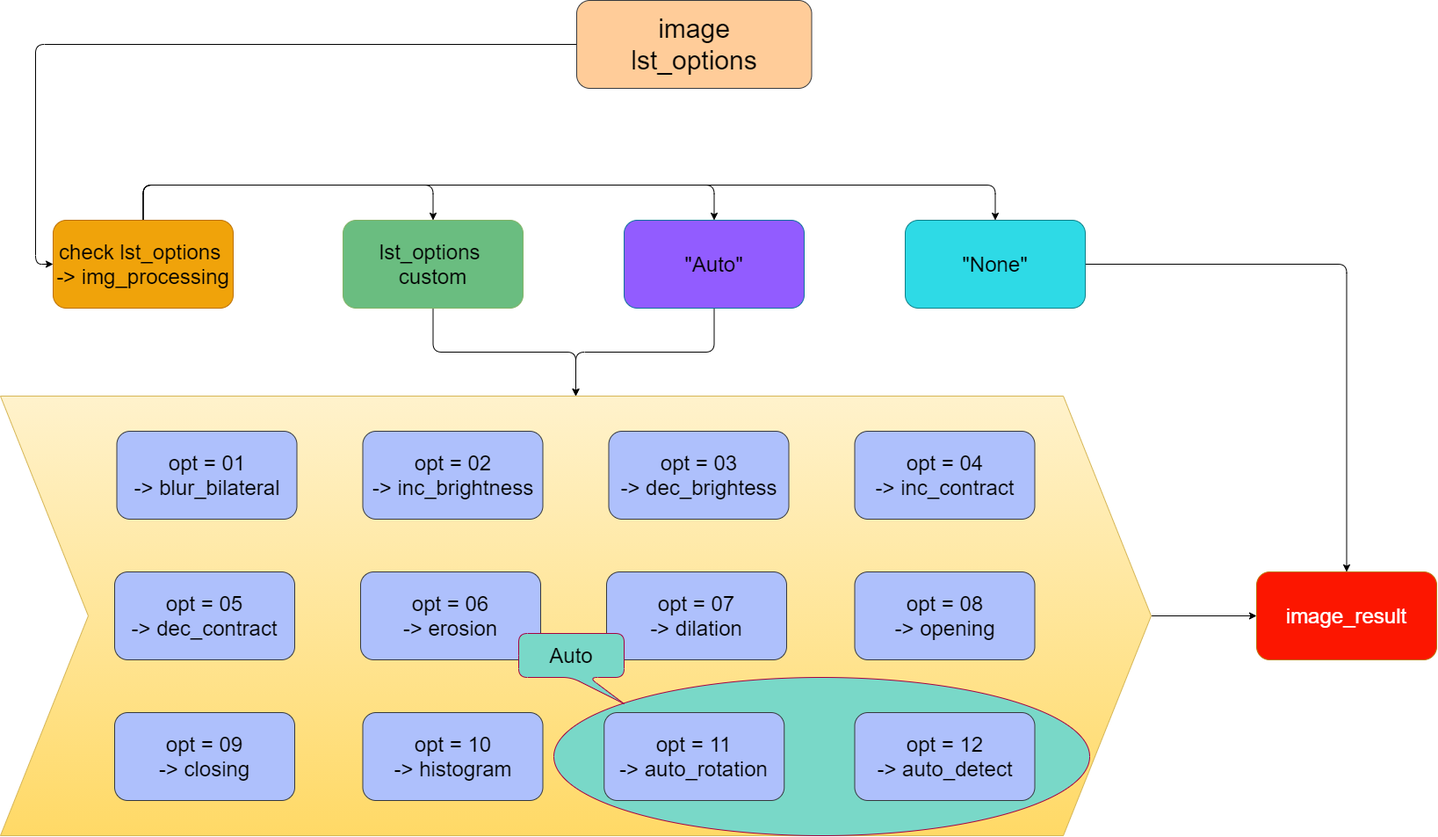
The draw.io diagram docs/_Image.drawio.png in PhamTruongUit/IDCard_OCR, before a commit. Source tidied: cells renumbered, new cells last; positions are measured from the earlier drawing's top-left corner, leaving out a move shared by most shapes.
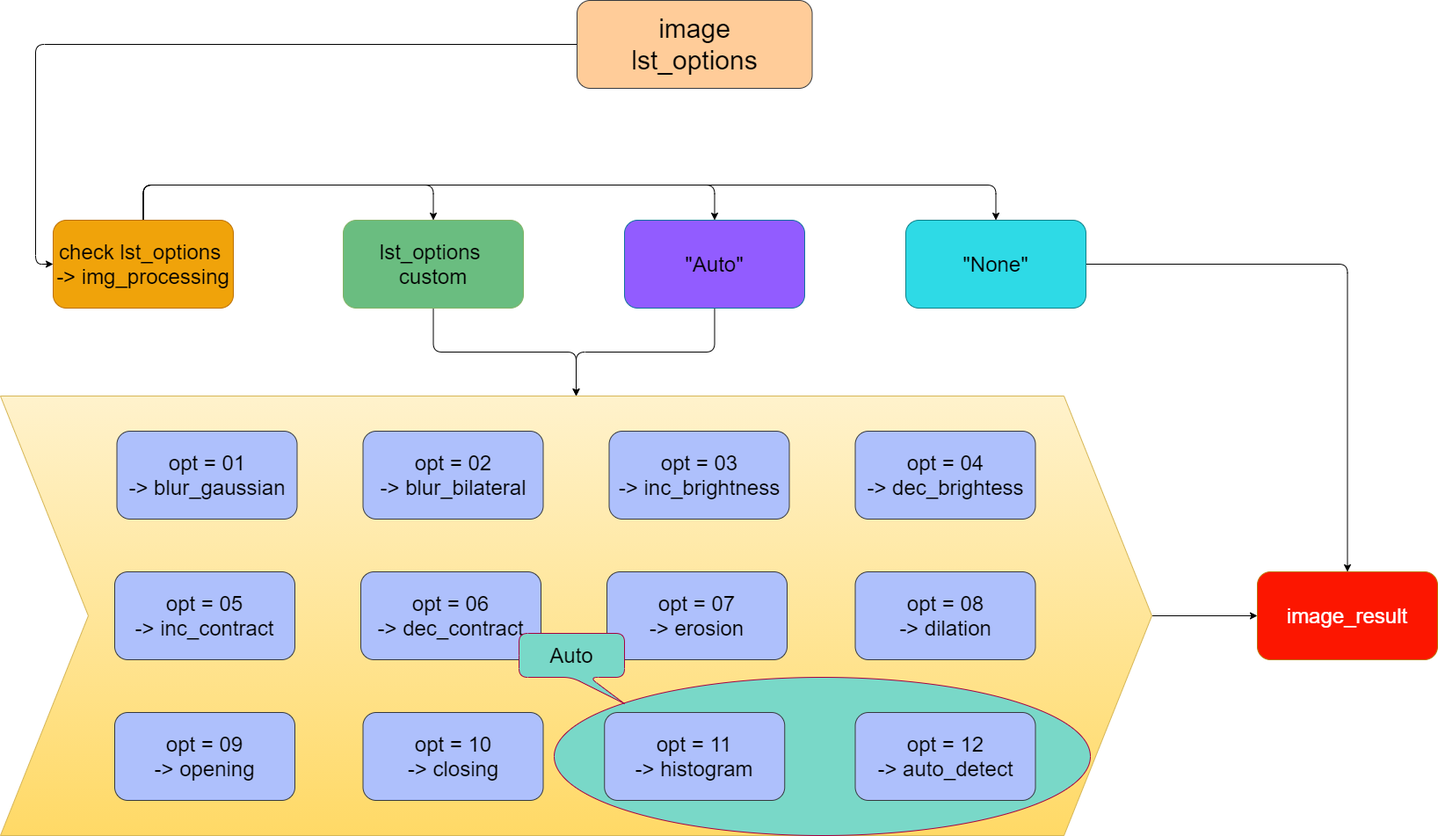
Above is the later version.

Change to the diagram source:
```diff
@@ -41,7 +41,7 @@
     <mxCell id="9" value="&lt;div style=&quot;font-size: 30px&quot;&gt;&lt;font style=&quot;font-size: 30px&quot;&gt;image&lt;/font&gt;&lt;/div&gt;&lt;div style=&quot;font-size: 30px&quot;&gt;&lt;font style=&quot;font-size: 30px&quot;&gt;lst_options&lt;/font&gt;&lt;/div&gt;" style="whiteSpace=wrap;html=1;rounded=1;align=center;fontStyle=0;shadow=0;fontSize=30;strokeColor=#36393d;fillColor=#FFCC99;" parent="1" vertex="1">
       <mxGeometry x="656" width="267.5" height="100" as="geometry" />
     </mxCell>
-    <mxCell id="10" value="&lt;div style=&quot;font-size: 24px&quot;&gt;&lt;span style=&quot;font-size: 24px&quot;&gt;opt = 10&lt;/span&gt;&lt;/div&gt;&lt;div style=&quot;font-size: 24px&quot;&gt;&lt;span style=&quot;font-size: 24px&quot;&gt;-&amp;gt; histogram&lt;/span&gt;&lt;/div&gt;" style="whiteSpace=wrap;html=1;rounded=1;align=center;strokeColor=#36393d;fontStyle=0;shadow=0;fillColor=#AEC0FC;fontSize=24;" parent="1" vertex="1">
+    <mxCell id="10" value="&lt;div style=&quot;font-size: 24px&quot;&gt;&lt;div&gt;opt = 10&lt;/div&gt;&lt;div&gt;-&amp;gt; closing&lt;/div&gt;&lt;/div&gt;" style="whiteSpace=wrap;html=1;rounded=1;align=center;strokeColor=#36393d;fontStyle=0;shadow=0;fillColor=#AEC0FC;fontSize=24;" parent="1" vertex="1">
       <mxGeometry x="412.5" y="810" width="205" height="100" as="geometry" />
     </mxCell>
     <mxCell id="11" style="edgeStyle=orthogonalEdgeStyle;rounded=1;jettySize=auto;html=1;fontStyle=0;shadow=0;fontSize=24;" parent="1" edge="1" source="12" target="3">
@@ -62,28 +62,28 @@
     <mxCell id="16" value="&lt;span style=&quot;font-size: 24px&quot;&gt;&quot;None&quot;&lt;/span&gt;" style="whiteSpace=wrap;html=1;rounded=1;align=center;strokeColor=#0e8088;fontStyle=0;shadow=0;fontSize=24;fillColor=#2EDAE6;" parent="1" vertex="1">
       <mxGeometry x="1030" y="250" width="205" height="100" as="geometry" />
     </mxCell>
-    <mxCell id="17" value="&lt;div style=&quot;font-size: 24px&quot;&gt;&lt;span style=&quot;font-size: 24px&quot;&gt;opt = 02&lt;/span&gt;&lt;/div&gt;&lt;div style=&quot;font-size: 24px&quot;&gt;&lt;span style=&quot;font-size: 24px&quot;&gt;-&amp;gt; inc_brightness&lt;/span&gt;&lt;/div&gt;" style="whiteSpace=wrap;html=1;rounded=1;align=center;strokeColor=#36393d;fontStyle=0;shadow=0;fillColor=#AEC0FC;fontSize=24;" parent="1" vertex="1">
+    <mxCell id="17" value="&lt;div style=&quot;font-size: 24px&quot;&gt;&lt;div&gt;opt = 02&lt;/div&gt;&lt;div&gt;-&amp;gt; blur_bilateral&lt;/div&gt;&lt;/div&gt;" style="whiteSpace=wrap;html=1;rounded=1;align=center;strokeColor=#36393d;fontStyle=0;shadow=0;fillColor=#AEC0FC;fontSize=24;" parent="1" vertex="1">
       <mxGeometry x="412.5" y="490" width="205" height="100" as="geometry" />
     </mxCell>
-    <mxCell id="18" value="&lt;div style=&quot;font-size: 24px&quot;&gt;&lt;span style=&quot;font-size: 24px&quot;&gt;opt = 03&lt;/span&gt;&lt;/div&gt;&lt;div style=&quot;font-size: 24px&quot;&gt;&lt;span style=&quot;font-size: 24px&quot;&gt;-&amp;gt; dec_brightess&lt;/span&gt;&lt;/div&gt;" style="whiteSpace=wrap;html=1;rounded=1;align=center;strokeColor=#36393d;fontStyle=0;shadow=0;fillColor=#AEC0FC;fontSize=24;" parent="1" vertex="1">
+    <mxCell id="18" value="&lt;div style=&quot;font-size: 24px&quot;&gt;&lt;div&gt;opt = 03&lt;/div&gt;&lt;div&gt;-&amp;gt; inc_brightness&lt;/div&gt;&lt;/div&gt;" style="whiteSpace=wrap;html=1;rounded=1;align=center;strokeColor=#36393d;fontStyle=0;shadow=0;fillColor=#AEC0FC;fontSize=24;" parent="1" vertex="1">
       <mxGeometry x="692.5" y="490" width="205" height="100" as="geometry" />
     </mxCell>
-    <mxCell id="19" value="&lt;div style=&quot;font-size: 24px&quot;&gt;&lt;span style=&quot;font-size: 24px&quot;&gt;opt = 04&lt;/span&gt;&lt;/div&gt;&lt;div style=&quot;font-size: 24px&quot;&gt;&lt;span style=&quot;font-size: 24px&quot;&gt;-&amp;gt; inc_contract&lt;/span&gt;&lt;/div&gt;" style="whiteSpace=wrap;html=1;rounded=1;align=center;strokeColor=#36393d;fontStyle=0;shadow=0;fillColor=#AEC0FC;fontSize=24;" parent="1" vertex="1">
+    <mxCell id="19" value="&lt;div style=&quot;font-size: 24px&quot;&gt;&lt;div&gt;opt = 04&lt;/div&gt;&lt;div&gt;-&amp;gt; dec_brightess&lt;/div&gt;&lt;/div&gt;" style="whiteSpace=wrap;html=1;rounded=1;align=center;strokeColor=#36393d;fontStyle=0;shadow=0;fillColor=#AEC0FC;fontSize=24;" parent="1" vertex="1">
       <mxGeometry x="972.5" y="490" width="205" height="100" as="geometry" />
     </mxCell>
-    <mxCell id="20" value="&lt;div style=&quot;font-size: 24px&quot;&gt;&lt;span style=&quot;font-size: 24px&quot;&gt;opt = 05&lt;/span&gt;&lt;/div&gt;&lt;div style=&quot;font-size: 24px&quot;&gt;&lt;span style=&quot;font-size: 24px&quot;&gt;-&amp;gt; dec_contract&lt;/span&gt;&lt;/div&gt;" style="whiteSpace=wrap;html=1;rounded=1;align=center;strokeColor=#36393d;fontStyle=0;shadow=0;fillColor=#AEC0FC;fontSize=24;" parent="1" vertex="1">
+    <mxCell id="20" value="&lt;div style=&quot;font-size: 24px&quot;&gt;&lt;div&gt;opt = 05&lt;/div&gt;&lt;div&gt;-&amp;gt; inc_contract&lt;/div&gt;&lt;/div&gt;" style="whiteSpace=wrap;html=1;rounded=1;align=center;strokeColor=#36393d;fontStyle=0;shadow=0;fillColor=#AEC0FC;fontSize=24;" parent="1" vertex="1">
       <mxGeometry x="130" y="650" width="205" height="100" as="geometry" />
     </mxCell>
-    <mxCell id="21" value="&lt;div style=&quot;font-size: 24px&quot;&gt;&lt;span style=&quot;font-size: 24px&quot;&gt;opt = 06&lt;/span&gt;&lt;/div&gt;&lt;div style=&quot;font-size: 24px&quot;&gt;&lt;span style=&quot;font-size: 24px&quot;&gt;-&amp;gt; erosion&lt;/span&gt;&lt;/div&gt;" style="whiteSpace=wrap;html=1;rounded=1;align=center;strokeColor=#36393d;fontStyle=0;shadow=0;fillColor=#AEC0FC;fontSize=24;" parent="1" vertex="1">
+    <mxCell id="21" value="&lt;div style=&quot;font-size: 24px&quot;&gt;&lt;div&gt;opt = 06&lt;/div&gt;&lt;div&gt;-&amp;gt; dec_contract&lt;/div&gt;&lt;/div&gt;" style="whiteSpace=wrap;html=1;rounded=1;align=center;strokeColor=#36393d;fontStyle=0;shadow=0;fillColor=#AEC0FC;fontSize=24;" parent="1" vertex="1">
       <mxGeometry x="410" y="650" width="205" height="100" as="geometry" />
     </mxCell>
-    <mxCell id="22" value="&lt;div style=&quot;font-size: 24px&quot;&gt;&lt;span style=&quot;font-size: 24px&quot;&gt;opt = 07&lt;/span&gt;&lt;/div&gt;&lt;div style=&quot;font-size: 24px&quot;&gt;&lt;span style=&quot;font-size: 24px&quot;&gt;-&amp;gt; di&lt;/span&gt;&lt;span&gt;lation&lt;/span&gt;&lt;/div&gt;" style="whiteSpace=wrap;html=1;rounded=1;align=center;strokeColor=#36393d;fontStyle=0;shadow=0;fillColor=#AEC0FC;fontSize=24;" parent="1" vertex="1">
+    <mxCell id="22" value="&lt;div style=&quot;font-size: 24px&quot;&gt;&lt;div&gt;opt = 07&lt;/div&gt;&lt;div&gt;-&amp;gt; erosion&lt;/div&gt;&lt;/div&gt;" style="whiteSpace=wrap;html=1;rounded=1;align=center;strokeColor=#36393d;fontStyle=0;shadow=0;fillColor=#AEC0FC;fontSize=24;" parent="1" vertex="1">
       <mxGeometry x="690" y="650" width="205" height="100" as="geometry" />
     </mxCell>
-    <mxCell id="23" value="&lt;div style=&quot;font-size: 24px&quot;&gt;&lt;span style=&quot;font-size: 24px&quot;&gt;opt = 08&lt;/span&gt;&lt;/div&gt;&lt;div style=&quot;font-size: 24px&quot;&gt;&lt;span style=&quot;font-size: 24px&quot;&gt;-&amp;gt; opening&lt;/span&gt;&lt;/div&gt;" style="whiteSpace=wrap;html=1;rounded=1;align=center;strokeColor=#36393d;fontStyle=0;shadow=0;fillColor=#AEC0FC;fontSize=24;" parent="1" vertex="1">
+    <mxCell id="23" value="&lt;div style=&quot;font-size: 24px&quot;&gt;&lt;div&gt;opt = 08&lt;/div&gt;&lt;div&gt;-&amp;gt; dilation&lt;/div&gt;&lt;/div&gt;" style="whiteSpace=wrap;html=1;rounded=1;align=center;strokeColor=#36393d;fontStyle=0;shadow=0;fillColor=#AEC0FC;fontSize=24;" parent="1" vertex="1">
       <mxGeometry x="972.5" y="650" width="205" height="100" as="geometry" />
     </mxCell>
-    <mxCell id="24" value="&lt;div style=&quot;font-size: 24px&quot;&gt;&lt;span style=&quot;font-size: 24px&quot;&gt;opt = 09&lt;/span&gt;&lt;/div&gt;&lt;div style=&quot;font-size: 24px&quot;&gt;&lt;span style=&quot;font-size: 24px&quot;&gt;-&amp;gt; closing&lt;/span&gt;&lt;/div&gt;" style="whiteSpace=wrap;html=1;rounded=1;align=center;strokeColor=#36393d;fontStyle=0;shadow=0;fillColor=#AEC0FC;fontSize=24;" parent="1" vertex="1">
+    <mxCell id="24" value="&lt;div style=&quot;font-size: 24px&quot;&gt;&lt;div&gt;opt = 09&lt;/div&gt;&lt;div&gt;-&amp;gt; opening&lt;/div&gt;&lt;/div&gt;" style="whiteSpace=wrap;html=1;rounded=1;align=center;strokeColor=#36393d;fontStyle=0;shadow=0;fillColor=#AEC0FC;fontSize=24;" parent="1" vertex="1">
       <mxGeometry x="130" y="810" width="205" height="100" as="geometry" />
     </mxCell>
     <mxCell id="25" value="&lt;span style=&quot;font-size: 24px;&quot;&gt;&lt;font color=&quot;#ffffff&quot; style=&quot;font-size: 24px;&quot;&gt;image_result&lt;/font&gt;&lt;/span&gt;" style="whiteSpace=wrap;html=1;rounded=1;align=center;strokeColor=#BD7000;fontStyle=0;shadow=0;fontColor=#000000;fillColor=#FC1600;fontSize=24;" parent="1" vertex="1">
@@ -92,16 +92,16 @@
     <mxCell id="26" style="ellipse;whiteSpace=wrap;html=1;strokeColor=#A50040;fontStyle=0;shadow=0;fontSize=24;fontColor=#ffffff;fillColor=#79D8C8;" parent="1" vertex="1">
       <mxGeometry x="630" y="770" width="610" height="180" as="geometry" />
     </mxCell>
-    <mxCell id="27" value="&lt;div style=&quot;font-size: 24px&quot;&gt;&lt;span style=&quot;font-size: 24px&quot;&gt;opt = 01&lt;/span&gt;&lt;/div&gt;&lt;div style=&quot;font-size: 24px&quot;&gt;&lt;span style=&quot;font-size: 24px&quot;&gt;-&amp;gt; blur_bilateral&lt;/span&gt;&lt;/div&gt;" style="whiteSpace=wrap;html=1;rounded=1;align=center;strokeColor=#36393d;fontStyle=0;shadow=0;fillColor=#AEC0FC;fontSize=24;" parent="1" vertex="1">
+    <mxCell id="27" value="&lt;div style=&quot;font-size: 24px&quot;&gt;&lt;div&gt;opt = 01&lt;/div&gt;&lt;div&gt;-&amp;gt; blur_gaussian&lt;/div&gt;&lt;/div&gt;" style="whiteSpace=wrap;html=1;rounded=1;align=center;strokeColor=#36393d;fontStyle=0;shadow=0;fillColor=#AEC0FC;fontSize=24;" parent="1" vertex="1">
       <mxGeometry x="132.5" y="490" width="205" height="100" as="geometry" />
     </mxCell>
     <mxCell id="28" value="&lt;font style=&quot;font-size: 24px&quot; color=&quot;#000000&quot;&gt;Auto&lt;/font&gt;" style="shape=callout;rounded=1;whiteSpace=wrap;html=1;perimeter=calloutPerimeter;position2=1;fontStyle=0;strokeColor=#A50040;shadow=0;fontSize=24;fontColor=#ffffff;fillColor=#79D8C8;" parent="1" vertex="1">
       <mxGeometry x="590" y="720" width="120" height="80" as="geometry" />
     </mxCell>
-    <mxCell id="29" value="&lt;div style=&quot;font-size: 24px&quot;&gt;&lt;span style=&quot;font-size: 24px&quot;&gt;opt = 11&lt;/span&gt;&lt;/div&gt;&lt;div style=&quot;font-size: 24px&quot;&gt;&lt;span style=&quot;font-size: 24px&quot;&gt;-&amp;gt; auto_rotation&lt;/span&gt;&lt;/div&gt;" style="whiteSpace=wrap;html=1;rounded=1;align=center;strokeColor=#36393d;fontStyle=0;shadow=0;fillColor=#AEC0FC;fontSize=24;" parent="1" vertex="1">
+    <mxCell id="29" value="&lt;div style=&quot;font-size: 24px&quot;&gt;&lt;div&gt;opt = 11&lt;/div&gt;&lt;div&gt;-&amp;gt; histogram&lt;/div&gt;&lt;/div&gt;" style="whiteSpace=wrap;html=1;rounded=1;align=center;strokeColor=#36393d;fontStyle=0;shadow=0;fillColor=#AEC0FC;fontSize=24;" parent="1" vertex="1">
       <mxGeometry x="687.2" y="810" width="205" height="100" as="geometry" />
     </mxCell>
-    <mxCell id="30" value="&lt;div style=&quot;font-size: 24px&quot;&gt;&lt;span style=&quot;font-size: 24px&quot;&gt;opt = 12&lt;/span&gt;&lt;/div&gt;&lt;div style=&quot;font-size: 24px&quot;&gt;&lt;span&gt;-&amp;gt; auto_detect&lt;/span&gt;&lt;/div&gt;" style="whiteSpace=wrap;html=1;rounded=1;align=center;strokeColor=#36393d;fontStyle=0;shadow=0;fillColor=#AEC0FC;fontSize=24;" parent="1" vertex="1">
+    <mxCell id="30" value="&lt;div style=&quot;font-size: 24px&quot;&gt;&lt;div&gt;opt = 12&lt;/div&gt;&lt;div&gt;-&amp;gt; auto_detect&lt;/div&gt;&lt;/div&gt;" style="whiteSpace=wrap;html=1;rounded=1;align=center;strokeColor=#36393d;fontStyle=0;shadow=0;fillColor=#AEC0FC;fontSize=24;" parent="1" vertex="1">
       <mxGeometry x="972.5" y="810" width="205" height="100" as="geometry" />
     </mxCell>
   </root>
```
